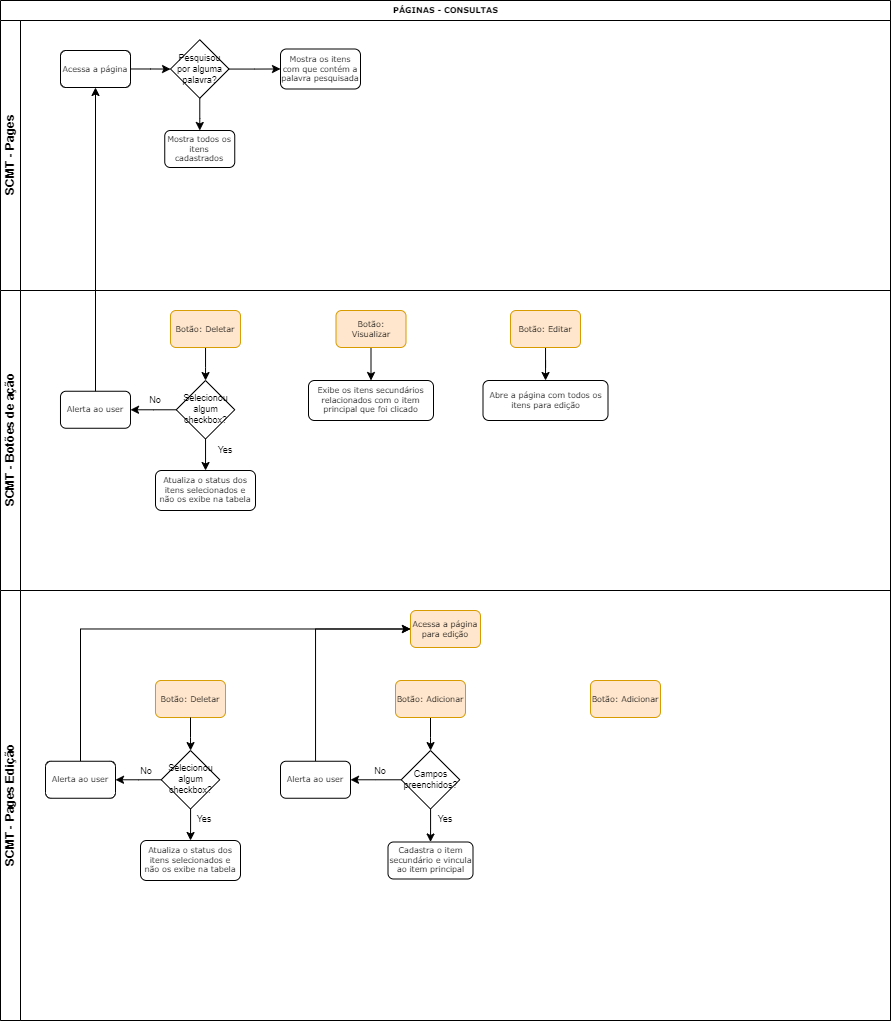
Earlier version of the draw.io export consulta_materiais.drawio.png (RogiNascimento/diagramas). Source tidied: cells renumbered, new cells last; positions are measured from the earlier drawing's top-left corner, leaving out a move shared by most shapes.
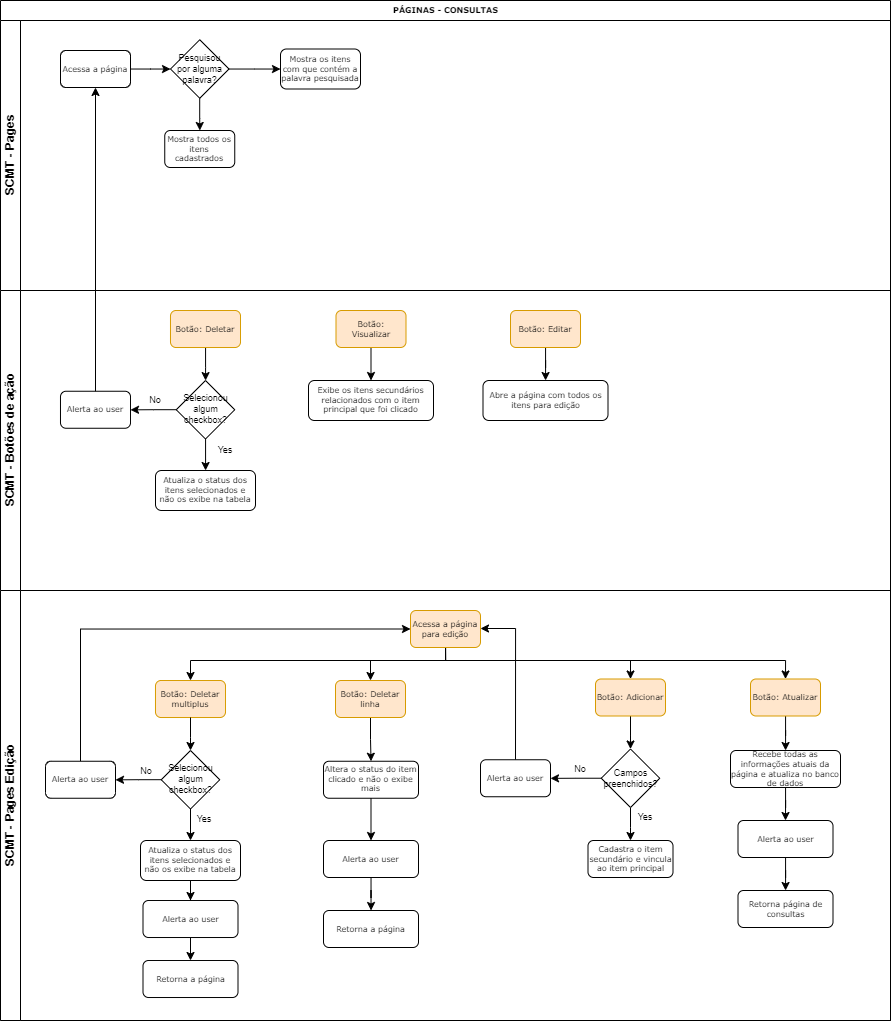
Later version of the same file.

What changed in the source:
```diff
@@ -83,10 +83,42 @@
     <mxCell id="28" value="SCMT - Pages Edição" style="swimlane;html=1;startSize=20;horizontal=0;" parent="2" vertex="1">
       <mxGeometry y="590" width="890" height="430" as="geometry" />
     </mxCell>
+    <mxCell id="51" style="edgeStyle=orthogonalEdgeStyle;rounded=0;jettySize=auto;html=1;exitX=0.5;exitY=1;exitDx=0;exitDy=0;entryX=0.5;entryY=0;entryDx=0;entryDy=0;fontSize=9;" parent="28" edge="1" source="29" target="30">
+      <mxGeometry relative="1" as="geometry">
+        <Array as="points">
+          <mxPoint x="445" y="70" />
+          <mxPoint x="190" y="70" />
+        </Array>
+      </mxGeometry>
+    </mxCell>
+    <mxCell id="52" style="edgeStyle=orthogonalEdgeStyle;rounded=0;jettySize=auto;html=1;entryX=0.5;entryY=0;entryDx=0;entryDy=0;fontSize=9;exitX=0.5;exitY=1;exitDx=0;exitDy=0;" parent="28" edge="1" source="29" target="50">
+      <mxGeometry relative="1" as="geometry">
+        <Array as="points">
+          <mxPoint x="445" y="70" />
+          <mxPoint x="370" y="70" />
+        </Array>
+      </mxGeometry>
+    </mxCell>
+    <mxCell id="53" style="edgeStyle=orthogonalEdgeStyle;rounded=0;jettySize=auto;html=1;entryX=0.5;entryY=0;entryDx=0;entryDy=0;fontSize=9;" parent="28" edge="1" source="29" target="39">
+      <mxGeometry relative="1" as="geometry">
+        <Array as="points">
+          <mxPoint x="445" y="70" />
+          <mxPoint x="630" y="70" />
+        </Array>
+      </mxGeometry>
+    </mxCell>
+    <mxCell id="54" style="edgeStyle=orthogonalEdgeStyle;rounded=0;jettySize=auto;html=1;entryX=0.5;entryY=0;entryDx=0;entryDy=0;fontSize=9;" parent="28" edge="1" source="29" target="66">
+      <mxGeometry relative="1" as="geometry">
+        <Array as="points">
+          <mxPoint x="445" y="70" />
+          <mxPoint x="785" y="70" />
+        </Array>
+      </mxGeometry>
+    </mxCell>
     <mxCell id="29" value="Acessa a página para edição" style="rounded=1;whiteSpace=wrap;html=1;shadow=0;labelBackgroundColor=none;strokeWidth=1;fontFamily=Verdana;fontSize=8;align=center;fillColor=#ffe6cc;strokeColor=#d79b00;" parent="28" vertex="1">
       <mxGeometry x="410" y="20" width="70" height="37" as="geometry" />
     </mxCell>
-    <mxCell id="30" value="Botão: Deletar" style="rounded=1;whiteSpace=wrap;html=1;shadow=0;labelBackgroundColor=none;strokeWidth=1;fontFamily=Verdana;fontSize=8;align=center;fillColor=#ffe6cc;strokeColor=#d79b00;" parent="28" vertex="1">
+    <mxCell id="30" value="Botão: Deletar multiplus" style="rounded=1;whiteSpace=wrap;html=1;shadow=0;labelBackgroundColor=none;strokeWidth=1;fontFamily=Verdana;fontSize=8;align=center;fillColor=#ffe6cc;strokeColor=#d79b00;" parent="28" vertex="1">
       <mxGeometry x="155" y="90" width="70" height="37" as="geometry" />
     </mxCell>
     <mxCell id="31" value="Selecionou algum checkbox?" style="rhombus;whiteSpace=wrap;html=1;fontSize=9;" parent="28" vertex="1">
@@ -108,6 +140,9 @@
     <mxCell id="35" style="edgeStyle=orthogonalEdgeStyle;rounded=0;jettySize=auto;html=1;fontSize=9;" parent="28" edge="1" source="31" target="34">
       <mxGeometry relative="1" as="geometry" />
     </mxCell>
+    <mxCell id="55" style="edgeStyle=orthogonalEdgeStyle;rounded=0;jettySize=auto;html=1;entryX=0.5;entryY=0;entryDx=0;entryDy=0;fontSize=9;" parent="28" edge="1" source="36" target="63">
+      <mxGeometry relative="1" as="geometry" />
+    </mxCell>
     <mxCell id="36" value="Atualiza o status dos itens selecionados e não os exibe na tabela" style="rounded=1;whiteSpace=wrap;html=1;shadow=0;labelBackgroundColor=none;strokeWidth=1;fontFamily=Verdana;fontSize=8;align=center;" parent="28" vertex="1">
       <mxGeometry x="140" y="250" width="100" height="40" as="geometry" />
     </mxCell>
@@ -118,7 +153,7 @@
       <mxGeometry relative="1" as="geometry" />
     </mxCell>
     <mxCell id="39" value="Botão: Adicionar" style="rounded=1;whiteSpace=wrap;html=1;shadow=0;labelBackgroundColor=none;strokeWidth=1;fontFamily=Verdana;fontSize=8;align=center;fillColor=#ffe6cc;strokeColor=#d79b00;" parent="28" vertex="1">
-      <mxGeometry x="395" y="90" width="70" height="37" as="geometry" />
+      <mxGeometry x="595" y="88.5" width="70" height="37" as="geometry" />
     </mxCell>
     <mxCell id="40" style="edgeStyle=orthogonalEdgeStyle;rounded=0;jettySize=auto;html=1;fontSize=9;" parent="28" edge="1" source="42" target="44">
       <mxGeometry relative="1" as="geometry" />
@@ -127,20 +162,21 @@
       <mxGeometry relative="1" as="geometry" />
     </mxCell>
     <mxCell id="42" value="Campos preenchidos?" style="rhombus;whiteSpace=wrap;html=1;fontSize=9;" parent="28" vertex="1">
-      <mxGeometry x="400.8" y="160" width="58.5" height="58.5" as="geometry" />
+      <mxGeometry x="600.8" y="158.5" width="58.5" height="58.5" as="geometry" />
     </mxCell>
-    <mxCell id="43" style="edgeStyle=orthogonalEdgeStyle;rounded=0;jettySize=auto;html=1;entryX=0;entryY=0.5;entryDx=0;entryDy=0;fontSize=9;" parent="28" edge="1" source="44" target="29">
+    <mxCell id="43" style="edgeStyle=orthogonalEdgeStyle;rounded=0;jettySize=auto;html=1;fontSize=9;exitX=0.5;exitY=0;exitDx=0;exitDy=0;" parent="28" edge="1" source="44">
       <mxGeometry relative="1" as="geometry">
+        <mxPoint x="480" y="38" as="targetPoint" />
         <Array as="points">
-          <mxPoint x="315" y="38" />
+          <mxPoint x="515" y="38" />
         </Array>
       </mxGeometry>
     </mxCell>
     <mxCell id="44" value="Alerta ao user" style="rounded=1;whiteSpace=wrap;html=1;shadow=0;labelBackgroundColor=none;strokeWidth=1;fontFamily=Verdana;fontSize=8;align=center;" parent="28" vertex="1">
-      <mxGeometry x="280" y="170.8" width="70" height="37" as="geometry" />
+      <mxGeometry x="480" y="169.2" width="70" height="37" as="geometry" />
     </mxCell>
     <mxCell id="45" value="Cadastra o item secundário e vincula ao item principal" style="rounded=1;whiteSpace=wrap;html=1;shadow=0;labelBackgroundColor=none;strokeWidth=1;fontFamily=Verdana;fontSize=8;align=center;" parent="28" vertex="1">
-      <mxGeometry x="387.5" y="251.5" width="85" height="37" as="geometry" />
+      <mxGeometry x="587.5" y="250" width="85" height="37" as="geometry" />
     </mxCell>
     <mxCell id="46" value="No" style="text;html=1;strokeColor=none;fillColor=none;align=center;verticalAlign=middle;whiteSpace=wrap;rounded=0;fontSize=9;" parent="28" vertex="1">
       <mxGeometry x="130.8" y="170.8" width="30" height="20" as="geometry" />
@@ -149,13 +185,61 @@
       <mxGeometry x="189.2" y="218.5" width="30" height="20" as="geometry" />
     </mxCell>
     <mxCell id="48" value="No" style="text;html=1;strokeColor=none;fillColor=none;align=center;verticalAlign=middle;whiteSpace=wrap;rounded=0;fontSize=9;" parent="28" vertex="1">
-      <mxGeometry x="365" y="170.8" width="30" height="20" as="geometry" />
+      <mxGeometry x="565" y="169.2" width="30" height="20" as="geometry" />
     </mxCell>
     <mxCell id="49" value="Yes" style="text;html=1;strokeColor=none;fillColor=none;align=center;verticalAlign=middle;whiteSpace=wrap;rounded=0;fontSize=9;" parent="28" vertex="1">
-      <mxGeometry x="430" y="218.5" width="30" height="20" as="geometry" />
+      <mxGeometry x="630" y="217" width="30" height="20" as="geometry" />
     </mxCell>
+    <mxCell id="56" style="edgeStyle=orthogonalEdgeStyle;rounded=0;jettySize=auto;html=1;fontSize=9;" parent="28" edge="1" source="50" target="58">
+      <mxGeometry relative="1" as="geometry" />
+    </mxCell>
-    <mxCell id="50" value="Botão: Adicionar" style="rounded=1;whiteSpace=wrap;html=1;shadow=0;labelBackgroundColor=none;strokeWidth=1;fontFamily=Verdana;fontSize=8;align=center;fillColor=#ffe6cc;strokeColor=#d79b00;" parent="28" vertex="1">
-      <mxGeometry x="590" y="90" width="70" height="37" as="geometry" />
+    <mxCell id="50" value="Botão: Deletar linha" style="rounded=1;whiteSpace=wrap;html=1;shadow=0;labelBackgroundColor=none;strokeWidth=1;fontFamily=Verdana;fontSize=8;align=center;fillColor=#ffe6cc;strokeColor=#d79b00;" parent="28" vertex="1">
+      <mxGeometry x="335" y="90" width="70" height="37" as="geometry" />
     </mxCell>
+    <mxCell id="57" style="edgeStyle=orthogonalEdgeStyle;rounded=0;jettySize=auto;html=1;fontSize=9;" parent="28" edge="1" source="58" target="60">
+      <mxGeometry relative="1" as="geometry" />
+    </mxCell>
+    <mxCell id="58" value="Altera o status do item clicado e não o exibe mais" style="rounded=1;whiteSpace=wrap;html=1;shadow=0;labelBackgroundColor=none;strokeWidth=1;fontFamily=Verdana;fontSize=8;align=center;" parent="28" vertex="1">
+      <mxGeometry x="323" y="170.8" width="95" height="37" as="geometry" />
+    </mxCell>
+    <mxCell id="59" style="edgeStyle=orthogonalEdgeStyle;rounded=0;jettySize=auto;html=1;fontSize=9;" parent="28" edge="1" source="60" target="61">
+      <mxGeometry relative="1" as="geometry" />
+    </mxCell>
+    <mxCell id="60" value="Alerta ao user" style="rounded=1;whiteSpace=wrap;html=1;shadow=0;labelBackgroundColor=none;strokeWidth=1;fontFamily=Verdana;fontSize=8;align=center;" parent="28" vertex="1">
+      <mxGeometry x="323" y="250" width="95" height="37" as="geometry" />
+    </mxCell>
+    <mxCell id="61" value="Retorna a página" style="rounded=1;whiteSpace=wrap;html=1;shadow=0;labelBackgroundColor=none;strokeWidth=1;fontFamily=Verdana;fontSize=8;align=center;" parent="28" vertex="1">
+      <mxGeometry x="323" y="320" width="95" height="37" as="geometry" />
+    </mxCell>
+    <mxCell id="62" style="edgeStyle=orthogonalEdgeStyle;rounded=0;jettySize=auto;html=1;fontSize=9;" parent="28" edge="1" source="63" target="64">
+      <mxGeometry relative="1" as="geometry" />
+    </mxCell>
+    <mxCell id="63" value="Alerta ao user" style="rounded=1;whiteSpace=wrap;html=1;shadow=0;labelBackgroundColor=none;strokeWidth=1;fontFamily=Verdana;fontSize=8;align=center;" parent="28" vertex="1">
+      <mxGeometry x="142.5" y="310" width="95" height="37" as="geometry" />
+    </mxCell>
+    <mxCell id="64" value="Retorna a página" style="rounded=1;whiteSpace=wrap;html=1;shadow=0;labelBackgroundColor=none;strokeWidth=1;fontFamily=Verdana;fontSize=8;align=center;" parent="28" vertex="1">
+      <mxGeometry x="142.5" y="370" width="95" height="37" as="geometry" />
+    </mxCell>
+    <mxCell id="65" style="edgeStyle=orthogonalEdgeStyle;rounded=0;jettySize=auto;html=1;fontSize=9;" parent="28" edge="1" source="66" target="68">
+      <mxGeometry relative="1" as="geometry" />
+    </mxCell>
+    <mxCell id="66" value="Botão: Atualizar" style="rounded=1;whiteSpace=wrap;html=1;shadow=0;labelBackgroundColor=none;strokeWidth=1;fontFamily=Verdana;fontSize=8;align=center;fillColor=#ffe6cc;strokeColor=#d79b00;" parent="28" vertex="1">
+      <mxGeometry x="750" y="88.5" width="70" height="37" as="geometry" />
+    </mxCell>
+    <mxCell id="67" style="edgeStyle=orthogonalEdgeStyle;rounded=0;jettySize=auto;html=1;fontSize=9;entryX=0.5;entryY=0;entryDx=0;entryDy=0;" parent="28" edge="1" source="68" target="70">
+      <mxGeometry relative="1" as="geometry" />
+    </mxCell>
+    <mxCell id="68" value="Recebe todas as informações atuais da página e atualiza no banco de dados" style="rounded=1;whiteSpace=wrap;html=1;shadow=0;labelBackgroundColor=none;strokeWidth=1;fontFamily=Verdana;fontSize=8;align=center;" parent="28" vertex="1">
+      <mxGeometry x="730" y="160" width="110" height="37" as="geometry" />
+    </mxCell>
+    <mxCell id="69" style="edgeStyle=orthogonalEdgeStyle;rounded=0;jettySize=auto;html=1;fontSize=9;" parent="28" edge="1" source="70" target="71">
+      <mxGeometry relative="1" as="geometry" />
+    </mxCell>
+    <mxCell id="70" value="Alerta ao user" style="rounded=1;whiteSpace=wrap;html=1;shadow=0;labelBackgroundColor=none;strokeWidth=1;fontFamily=Verdana;fontSize=8;align=center;" parent="28" vertex="1">
+      <mxGeometry x="737.5" y="230" width="95" height="37" as="geometry" />
+    </mxCell>
+    <mxCell id="71" value="Retorna página de consultas" style="rounded=1;whiteSpace=wrap;html=1;shadow=0;labelBackgroundColor=none;strokeWidth=1;fontFamily=Verdana;fontSize=8;align=center;" parent="28" vertex="1">
+      <mxGeometry x="737.5" y="300" width="95" height="37" as="geometry" />
+    </mxCell>
   </root>
 </mxGraphModel>
```
